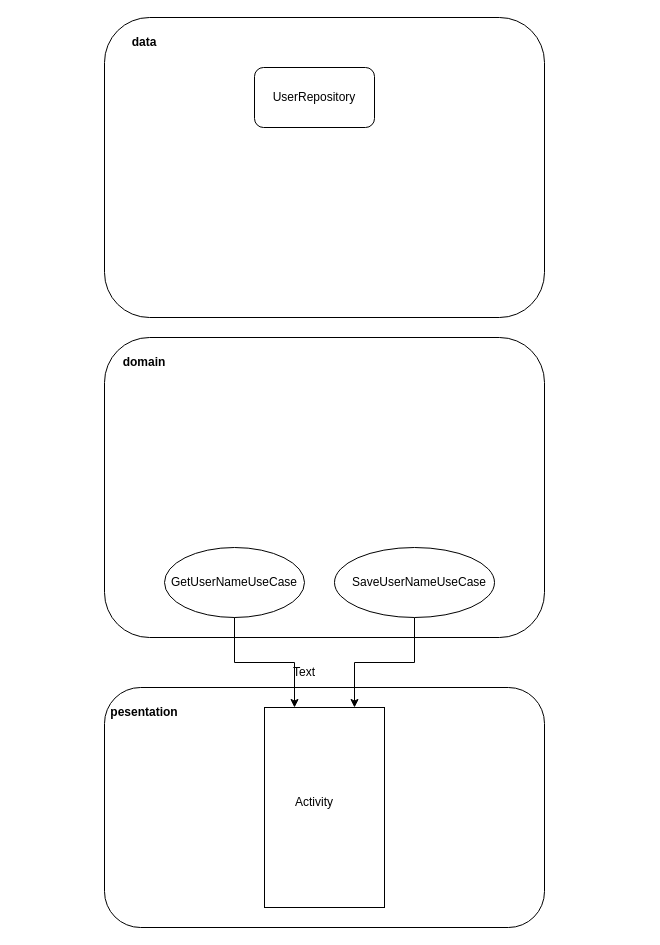
The draw.io diagram gradle/diag.drawio in AleksandrRegulus/MyTestApplicationForStudyClearCode, before the edit. Source tidied: cells renumbered, new cells numbered last; positions are measured from the earlier drawing's top-left corner, leaving out a move shared by most shapes. Both pictures are drawn from the tidied source at 100%, with x=0, y=0 at pixel (104, 17).
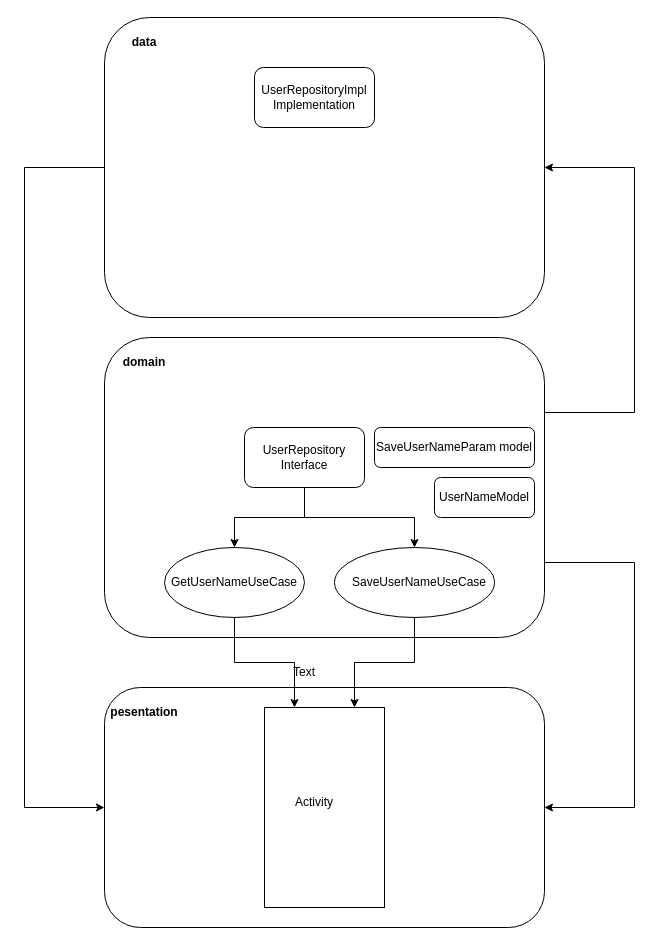
After the change.

Unchanged cells that the change refers to:
```xml
<mxCell id="2" style="rounded=1;whiteSpace=wrap;html=1;" parent="1" vertex="1">
  <mxGeometry y="320" width="440" height="300" as="geometry" />
</mxCell>
<mxCell id="3" style="rounded=1;whiteSpace=wrap;html=1;" parent="1" vertex="1">
  <mxGeometry y="670" width="440" height="240" as="geometry" />
</mxCell>
<mxCell id="7" style="ellipse;whiteSpace=wrap;html=1;" parent="1" vertex="1">
  <mxGeometry x="60" y="530" width="140" height="70" as="geometry" />
</mxCell>
<mxCell id="9" style="ellipse;whiteSpace=wrap;html=1;" parent="1" vertex="1">
  <mxGeometry x="230" y="530" width="160" height="70" as="geometry" />
</mxCell>
<mxCell id="15" style="rounded=1;whiteSpace=wrap;html=1;" parent="1" vertex="1">
  <mxGeometry width="440" height="300" as="geometry" />
</mxCell>
```

Diff of the diagram source:
```diff
@@
+    <mxCell id="19" style="edgeStyle=orthogonalEdgeStyle;rounded=0;jettySize=auto;html=1;exitX=1;exitY=0.75;exitDx=0;exitDy=0;entryX=1;entryY=0.5;entryDx=0;entryDy=0;" parent="1" edge="1" source="2" target="3">
+      <mxGeometry relative="1" as="geometry">
+        <Array as="points">
+          <mxPoint x="530" y="545" />
+          <mxPoint x="530" y="790" />
+        </Array>
+      </mxGeometry>
+    </mxCell>
+    <mxCell id="20" style="edgeStyle=orthogonalEdgeStyle;rounded=0;jettySize=auto;html=1;exitX=1;exitY=0.25;exitDx=0;exitDy=0;entryX=1;entryY=0.5;entryDx=0;entryDy=0;" parent="1" edge="1" source="2" target="15">
+      <mxGeometry relative="1" as="geometry">
+        <Array as="points">
+          <mxPoint x="530" y="395" />
+          <mxPoint x="530" y="150" />
+        </Array>
+      </mxGeometry>
+    </mxCell>
@@
+    <mxCell id="21" style="edgeStyle=orthogonalEdgeStyle;rounded=0;jettySize=auto;html=1;exitX=0;exitY=0.5;exitDx=0;exitDy=0;entryX=0;entryY=0.5;entryDx=0;entryDy=0;" parent="1" edge="1" source="15" target="3">
+      <mxGeometry relative="1" as="geometry">
+        <Array as="points">
+          <mxPoint x="-80" y="150" />
+          <mxPoint x="-80" y="790" />
+        </Array>
+      </mxGeometry>
+    </mxCell>
@@
-    <mxCell id="17" style="rounded=1;whiteSpace=wrap;html=1;" parent="1" vertex="1">
+    <mxCell id="17" value="UserRepositoryImpl Implementation" style="rounded=1;whiteSpace=wrap;html=1;" parent="1" vertex="1">
       <mxGeometry x="150" y="50" width="120" height="60" as="geometry" />
     </mxCell>
-    <mxCell id="18" value="UserRepository" style="text;html=1;strokeColor=none;fillColor=none;align=center;verticalAlign=middle;whiteSpace=wrap;rounded=0;" parent="1" vertex="1">
-      <mxGeometry x="180" y="65" width="60" height="30" as="geometry" />
-    </mxCell>
+    <mxCell id="22" value="UserNameModel" style="rounded=1;whiteSpace=wrap;html=1;" parent="1" vertex="1">
+      <mxGeometry x="330" y="460" width="100" height="40" as="geometry" />
+    </mxCell>
+    <mxCell id="23" value="SaveUserNameParam model" style="rounded=1;whiteSpace=wrap;html=1;" parent="1" vertex="1">
+      <mxGeometry x="270" y="410" width="160" height="40" as="geometry" />
+    </mxCell>
+    <mxCell id="24" style="edgeStyle=orthogonalEdgeStyle;rounded=0;jettySize=auto;html=1;exitX=0.5;exitY=1;exitDx=0;exitDy=0;" parent="1" edge="1" source="25" target="9">
+      <mxGeometry relative="1" as="geometry" />
+    </mxCell>
+    <mxCell id="25" value="UserRepository Interface" style="rounded=1;whiteSpace=wrap;html=1;" parent="1" vertex="1">
+      <mxGeometry x="140" y="410" width="120" height="60" as="geometry" />
+    </mxCell>
+    <mxCell id="26" style="edgeStyle=orthogonalEdgeStyle;rounded=0;jettySize=auto;html=1;exitX=0.5;exitY=1;exitDx=0;exitDy=0;" parent="1" edge="1" source="25" target="7">
+      <mxGeometry relative="1" as="geometry" />
+    </mxCell>
```
